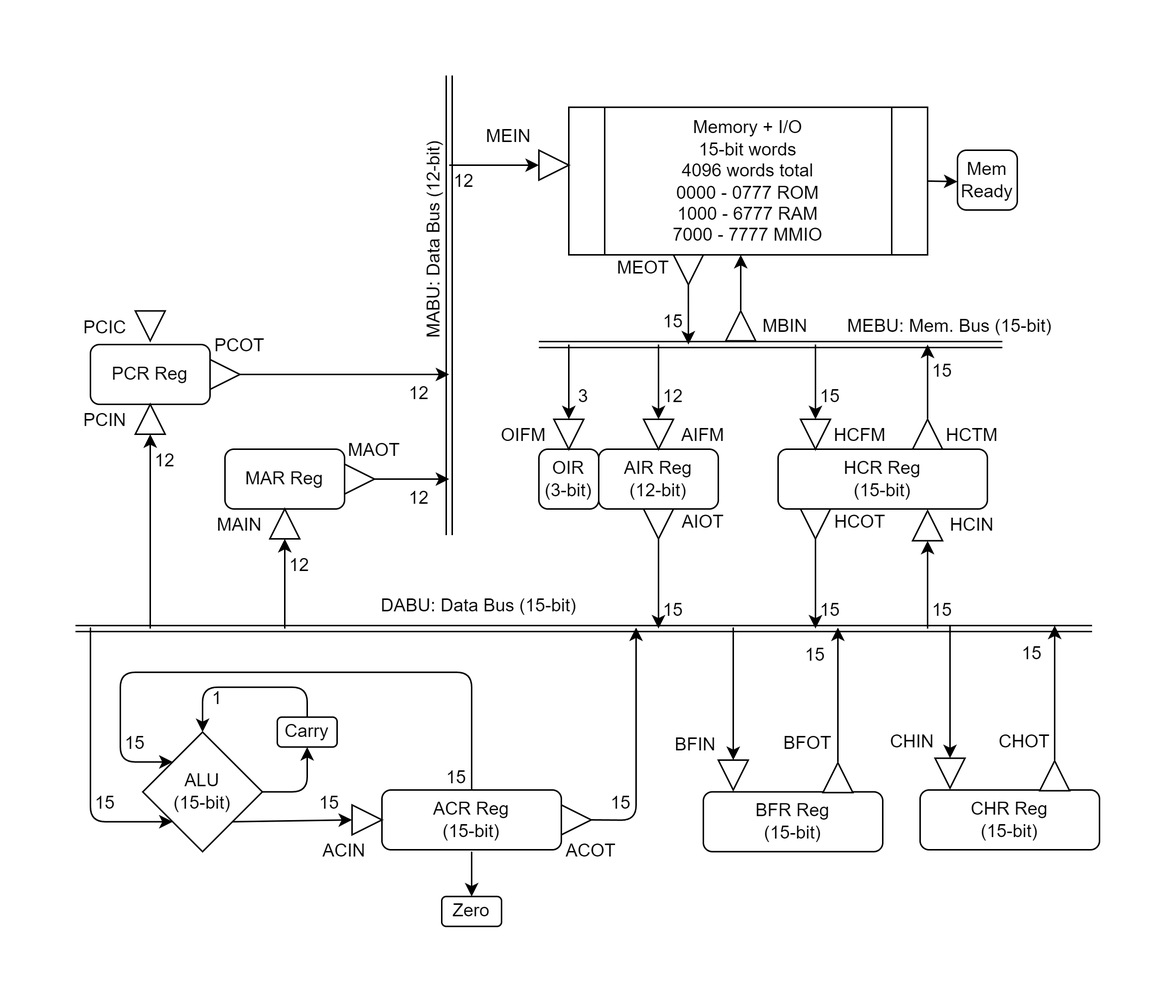
This is UE2/V7/CPU/UE2_Block_v8_Controls.drawio.png from Nakazoto/UEVTC, a draw.io export, as it was before one commit. Source tidied: cells renumbered, new cells last; positions are measured from the earlier drawing's top-left corner, leaving out a move shared by most shapes.
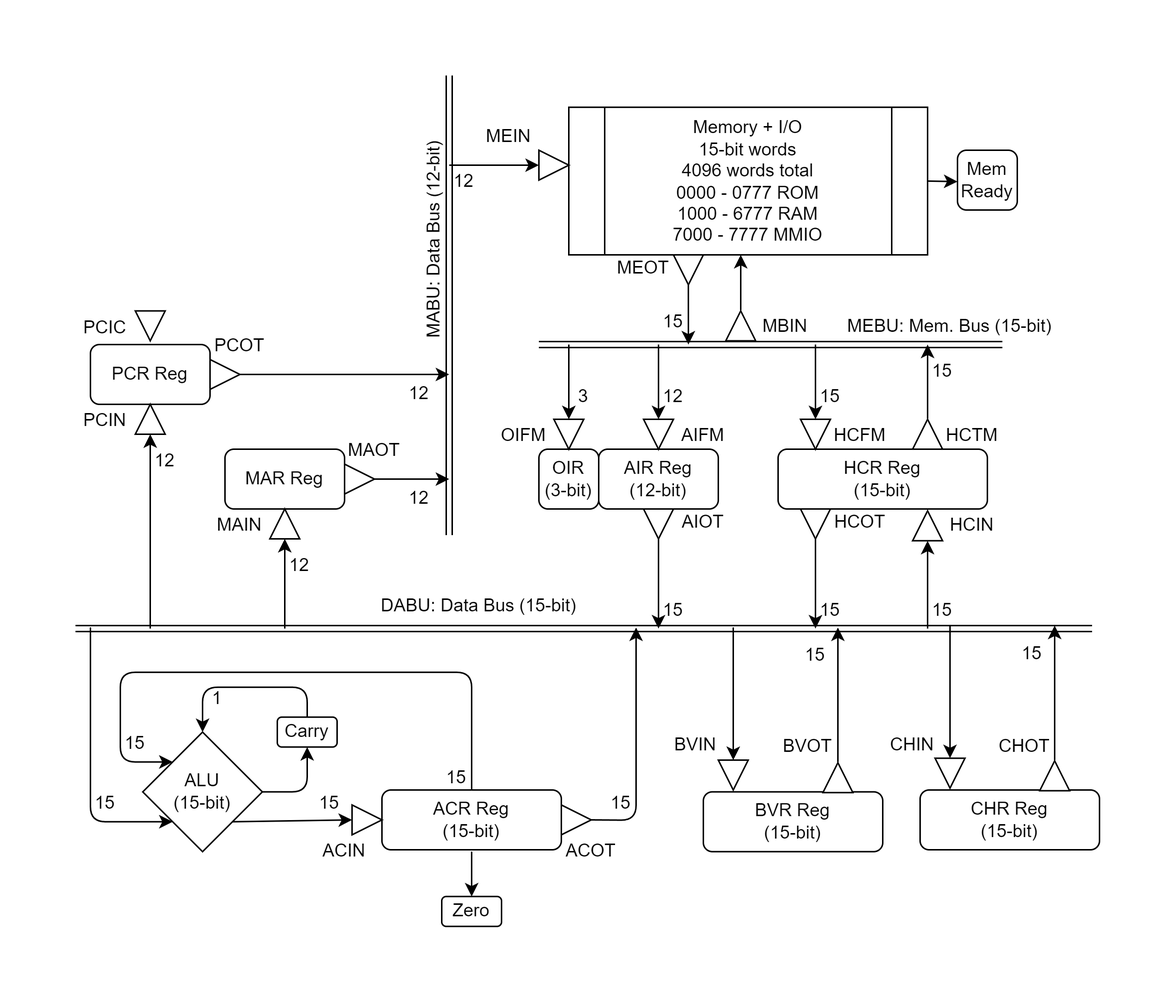
After the change.

What changed in the source:
```diff
@@ -300,7 +300,7 @@
     <mxCell id="80" value="MEBU: Mem. Bus (15-bit)" style="text;html=1;align=center;verticalAlign=middle;whiteSpace=wrap;rounded=0;rotation=0;" parent="1" vertex="1">
       <mxGeometry x="515" y="157.5" width="140" height="20" as="geometry" />
     </mxCell>
-    <mxCell id="81" value="BFR Reg&lt;div&gt;(15-bit)&lt;/div&gt;" style="rounded=1;whiteSpace=wrap;html=1;" parent="1" vertex="1">
+    <mxCell id="81" value="BVR Reg&lt;div&gt;(15-bit)&lt;/div&gt;" style="rounded=1;whiteSpace=wrap;html=1;" parent="1" vertex="1">
       <mxGeometry x="420" y="479.2" width="120" height="40" as="geometry" />
     </mxCell>
     <mxCell id="82" style="triangle;whiteSpace=wrap;html=1;rotation=90;" parent="1" vertex="1">
@@ -309,10 +309,10 @@
     <mxCell id="83" style="triangle;whiteSpace=wrap;html=1;rotation=-90;" parent="1" vertex="1">
       <mxGeometry x="500" y="459.8" width="20" height="20" as="geometry" />
     </mxCell>
-    <mxCell id="84" value="BFOT" style="text;html=1;align=center;verticalAlign=middle;whiteSpace=wrap;rounded=0;" parent="1" vertex="1">
-      <mxGeometry x="470" y="438" width="40" height="17.5" as="geometry" />
+    <mxCell id="84" value="BVOT" style="text;html=1;align=center;verticalAlign=middle;whiteSpace=wrap;rounded=0;" parent="1" vertex="1">
+      <mxGeometry x="470" y="440.5" width="40" height="17.5" as="geometry" />
     </mxCell>
-    <mxCell id="85" value="BFIN" style="text;html=1;align=center;verticalAlign=middle;whiteSpace=wrap;rounded=0;" parent="1" vertex="1">
+    <mxCell id="85" value="BVIN" style="text;html=1;align=center;verticalAlign=middle;whiteSpace=wrap;rounded=0;" parent="1" vertex="1">
       <mxGeometry x="395" y="439.2" width="40" height="17.5" as="geometry" />
     </mxCell>
     <mxCell id="86" style="endArrow=classic;html=1;rounded=0;entryX=0;entryY=0.5;entryDx=0;entryDy=0;" parent="1" edge="1" target="82">
@@ -386,10 +386,10 @@
       <mxGeometry x="645" y="458.5" width="20" height="20" as="geometry" />
     </mxCell>
     <mxCell id="105" value="CHOT" style="text;html=1;align=center;verticalAlign=middle;whiteSpace=wrap;rounded=0;" parent="1" vertex="1">
-      <mxGeometry x="615" y="436.8" width="40" height="17.5" as="geometry" />
+      <mxGeometry x="615" y="440.5" width="40" height="17.5" as="geometry" />
     </mxCell>
     <mxCell id="106" value="CHIN" style="text;html=1;align=center;verticalAlign=middle;whiteSpace=wrap;rounded=0;" parent="1" vertex="1">
-      <mxGeometry x="540" y="436.8" width="40" height="17.5" as="geometry" />
+      <mxGeometry x="540" y="439.2" width="40" height="17.5" as="geometry" />
     </mxCell>
     <mxCell id="107" style="endArrow=classic;html=1;rounded=0;entryX=0;entryY=0.5;entryDx=0;entryDy=0;" parent="1" edge="1" target="103">
       <mxGeometry relative="1" as="geometry">
```
